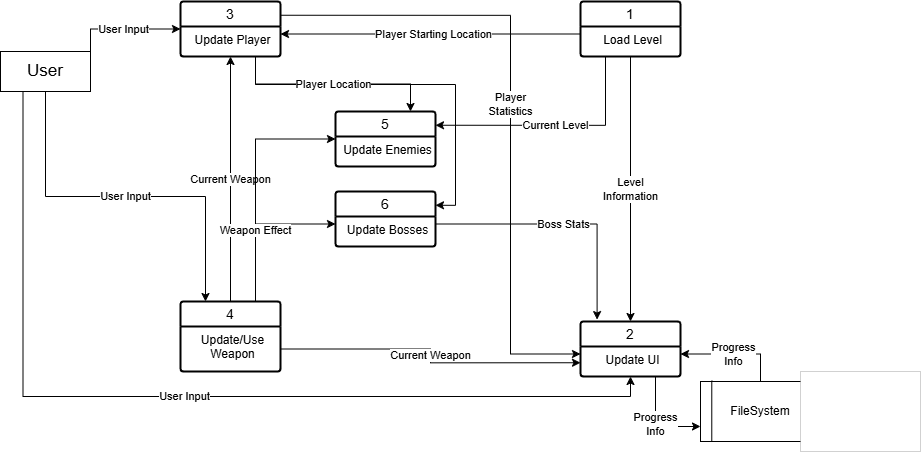
The draw.io diagram Documents/Diagram0_2-17-2025-Page-6.drawio.png in Enoch-Myers/Project-Maroon, before a commit. Source tidied: cells renumbered, new cells last; positions are measured from the earlier drawing's top-left corner, leaving out a move shared by most shapes.
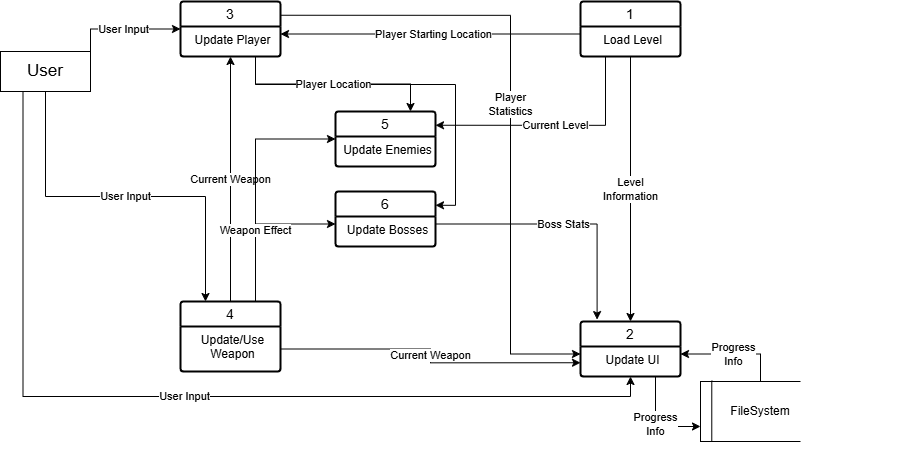
Above is the later version.

Diff of the diagram source:
```diff
@@ -115,7 +115,7 @@
     <mxCell id="32" value="Current Weapon" style="edgeStyle=orthogonalEdgeStyle;rounded=0;jettySize=auto;html=1;exitX=1;exitY=0.5;exitDx=0;exitDy=0;entryX=0;entryY=0.75;entryDx=0;entryDy=0;" parent="1" edge="1" source="27" target="15">
       <mxGeometry relative="1" as="geometry" />
     </mxCell>
-    <mxCell id="33" style="rounded=0;whiteSpace=wrap;html=1;strokeWidth=0;" parent="1" vertex="1">
+    <mxCell id="33" style="rounded=0;whiteSpace=wrap;html=1;strokeWidth=0;fillColor=default;strokeColor=none;" parent="1" vertex="1">
       <mxGeometry x="800" y="370" width="120" height="80" as="geometry" />
     </mxCell>
   </root>
```
